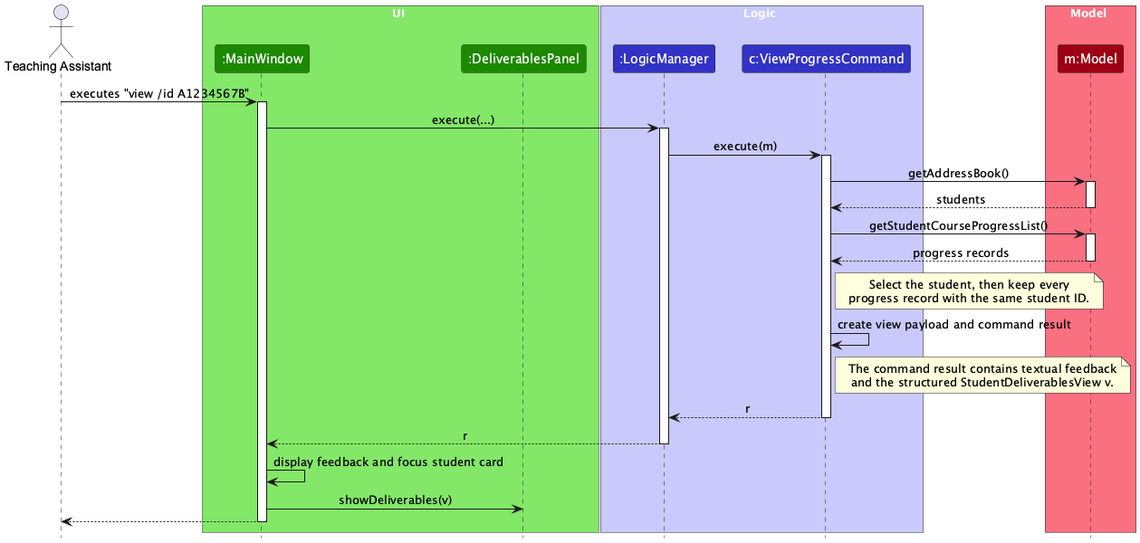
Before: docs/images/ViewDeliverablesSequenceDiagram.png, a diagram exported from PlantUML (AY2627S1-CS2103-F11-1/tp).
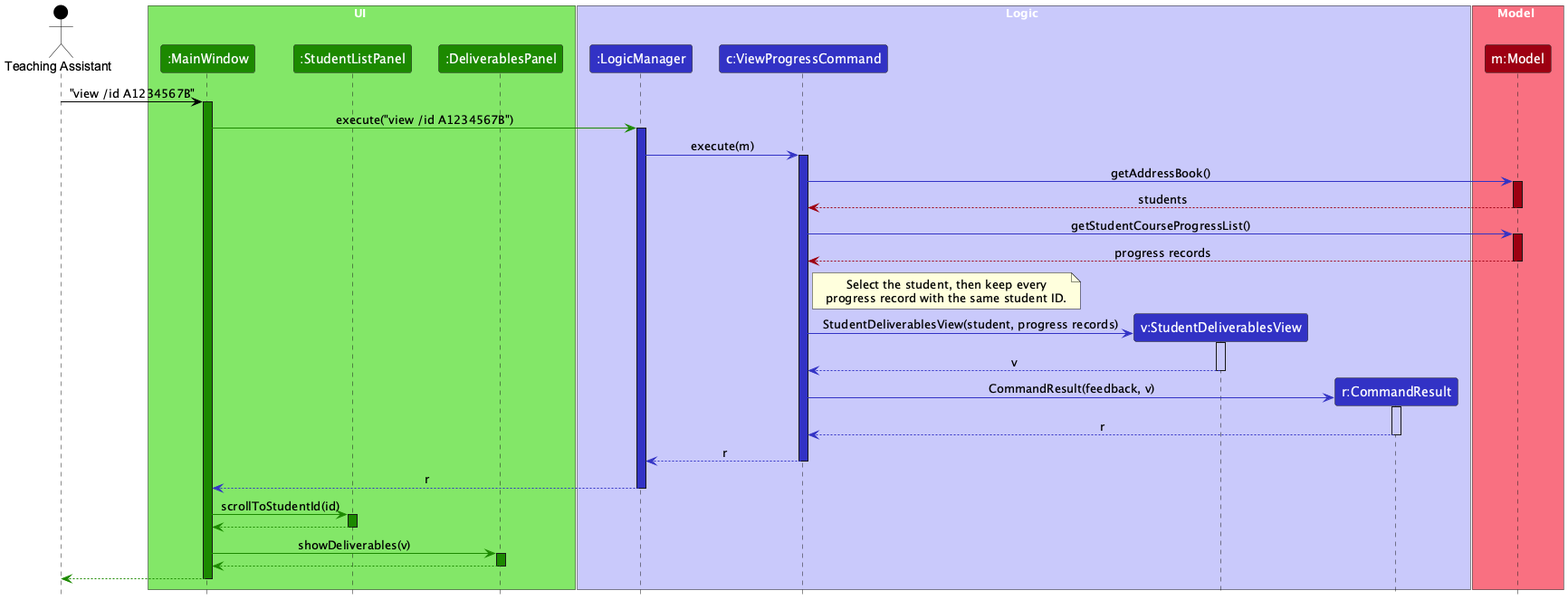
Above is the later version.

Commit message:
Refine deliverables diagram styling

What changed in the source:
```diff
@@ -2,37 +2,40 @@
 !include style.puml
 skinparam ArrowFontStyle plain
 
-actor "Teaching Assistant" as TA
+actor "Teaching Assistant" as TA USER_COLOR
 
 box UI UI_COLOR_T1
 participant ":MainWindow" as MainWindow UI_COLOR
+participant ":StudentListPanel" as StudentListPanel UI_COLOR
 participant ":DeliverablesPanel" as DeliverablesPanel UI_COLOR
 end box
 
 box Logic LOGIC_COLOR_T1
 participant ":LogicManager" as LogicManager LOGIC_COLOR
 participant "c:ViewProgressCommand" as ViewProgressCommand LOGIC_COLOR
+participant "v:StudentDeliverablesView" as StudentDeliverablesView LOGIC_COLOR
+participant "r:CommandResult" as CommandResult LOGIC_COLOR
 end box
 
 box Model MODEL_COLOR_T1
 participant "m:Model" as Model MODEL_COLOR
 end box
 
-TA -> MainWindow : executes "view /id A1234567B"
-activate MainWindow
-MainWindow -> LogicManager : execute(...)
-activate LogicManager
-LogicManager -> ViewProgressCommand : execute(m)
-activate ViewProgressCommand
+TA -[USER_COLOR]> MainWindow : "view /id A1234567B"
+activate MainWindow UI_COLOR
+MainWindow -[UI_COLOR]> LogicManager : execute("view /id A1234567B")
+activate LogicManager LOGIC_COLOR
+LogicManager -[LOGIC_COLOR]> ViewProgressCommand : execute(m)
+activate ViewProgressCommand LOGIC_COLOR
 
-ViewProgressCommand -> Model : getAddressBook()
-activate Model
-Model --> ViewProgressCommand : students
+ViewProgressCommand -[LOGIC_COLOR]> Model : getAddressBook()
+activate Model MODEL_COLOR
+Model --[MODEL_COLOR]> ViewProgressCommand : students
 deactivate Model
 
-ViewProgressCommand -> Model : getStudentCourseProgressList()
-activate Model
-Model --> ViewProgressCommand : progress records
+ViewProgressCommand -[LOGIC_COLOR]> Model : getStudentCourseProgressList()
+activate Model MODEL_COLOR
+Model --[MODEL_COLOR]> ViewProgressCommand : progress records
 deactivate Model
 
 note right of ViewProgressCommand
@@ -40,19 +43,33 @@
   progress record with the same student ID.
 end note
 
-ViewProgressCommand -> ViewProgressCommand : create view payload and command result
-note right of ViewProgressCommand
-  The command result contains textual feedback
-  and the structured StudentDeliverablesView v.
-end note
+create StudentDeliverablesView
+ViewProgressCommand -[LOGIC_COLOR]> StudentDeliverablesView : StudentDeliverablesView(student, progress records)
+activate StudentDeliverablesView LOGIC_COLOR_T1
+StudentDeliverablesView --[LOGIC_COLOR]> ViewProgressCommand : v
+deactivate StudentDeliverablesView
 
-ViewProgressCommand --> LogicManager : r
+create CommandResult
+ViewProgressCommand -[LOGIC_COLOR]> CommandResult : CommandResult(feedback, v)
+activate CommandResult LOGIC_COLOR_T1
+CommandResult --[LOGIC_COLOR]> ViewProgressCommand : r
+deactivate CommandResult
+
+ViewProgressCommand --[LOGIC_COLOR]> LogicManager : r
 deactivate ViewProgressCommand
-LogicManager --> MainWindow : r
+LogicManager --[LOGIC_COLOR]> MainWindow : r
 deactivate LogicManager
 
-MainWindow -> MainWindow : display feedback and focus student card
-MainWindow -> DeliverablesPanel : showDeliverables(v)
-MainWindow --> TA
+MainWindow -[UI_COLOR]> StudentListPanel : scrollToStudentId(id)
+activate StudentListPanel UI_COLOR
+StudentListPanel --[UI_COLOR]> MainWindow
+deactivate StudentListPanel
+
+MainWindow -[UI_COLOR]> DeliverablesPanel : showDeliverables(v)
+activate DeliverablesPanel UI_COLOR
+DeliverablesPanel --[UI_COLOR]> MainWindow
+deactivate DeliverablesPanel
+
+MainWindow --[UI_COLOR]> TA
 deactivate MainWindow
 @enduml
```
